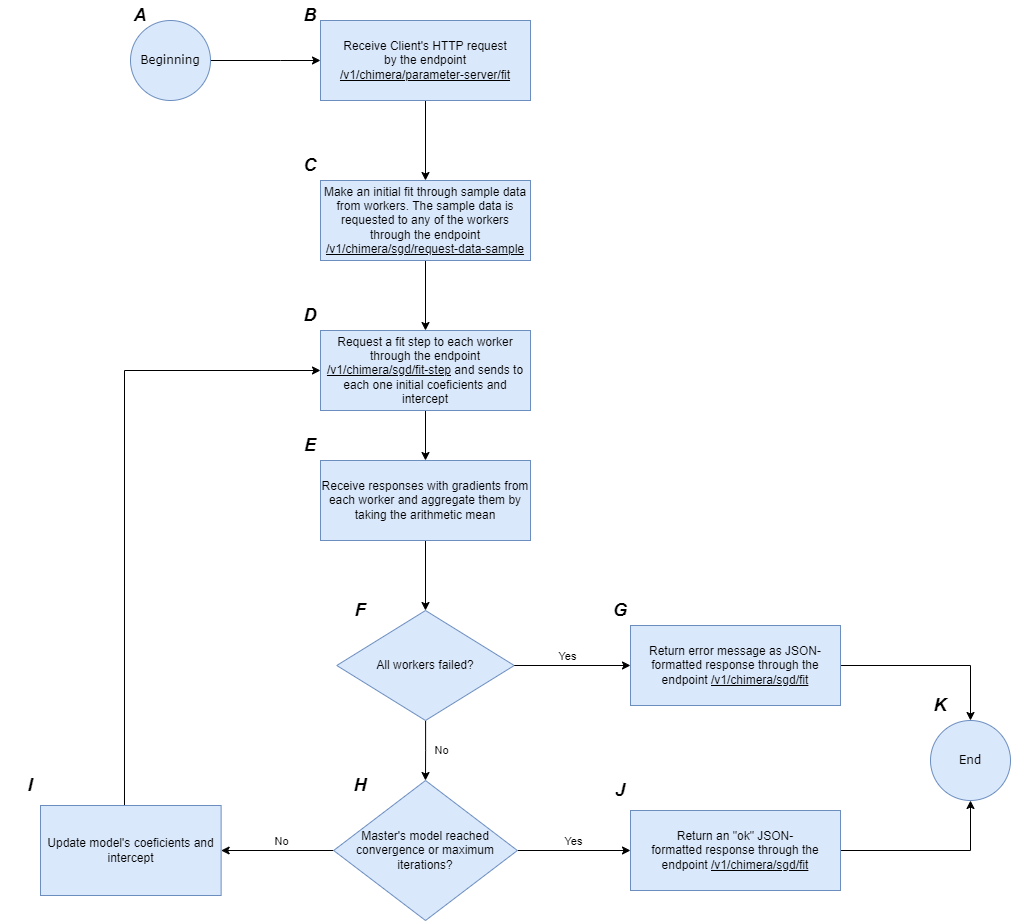
This is images/parameter_server_master_fit_state_machine_flowchart.drawio.png from Samirnunes/chimera, a draw.io export, as it was before one commit. Source tidied: cells renumbered, new cells last; positions are measured from the earlier drawing's top-left corner, leaving out a move shared by most shapes.
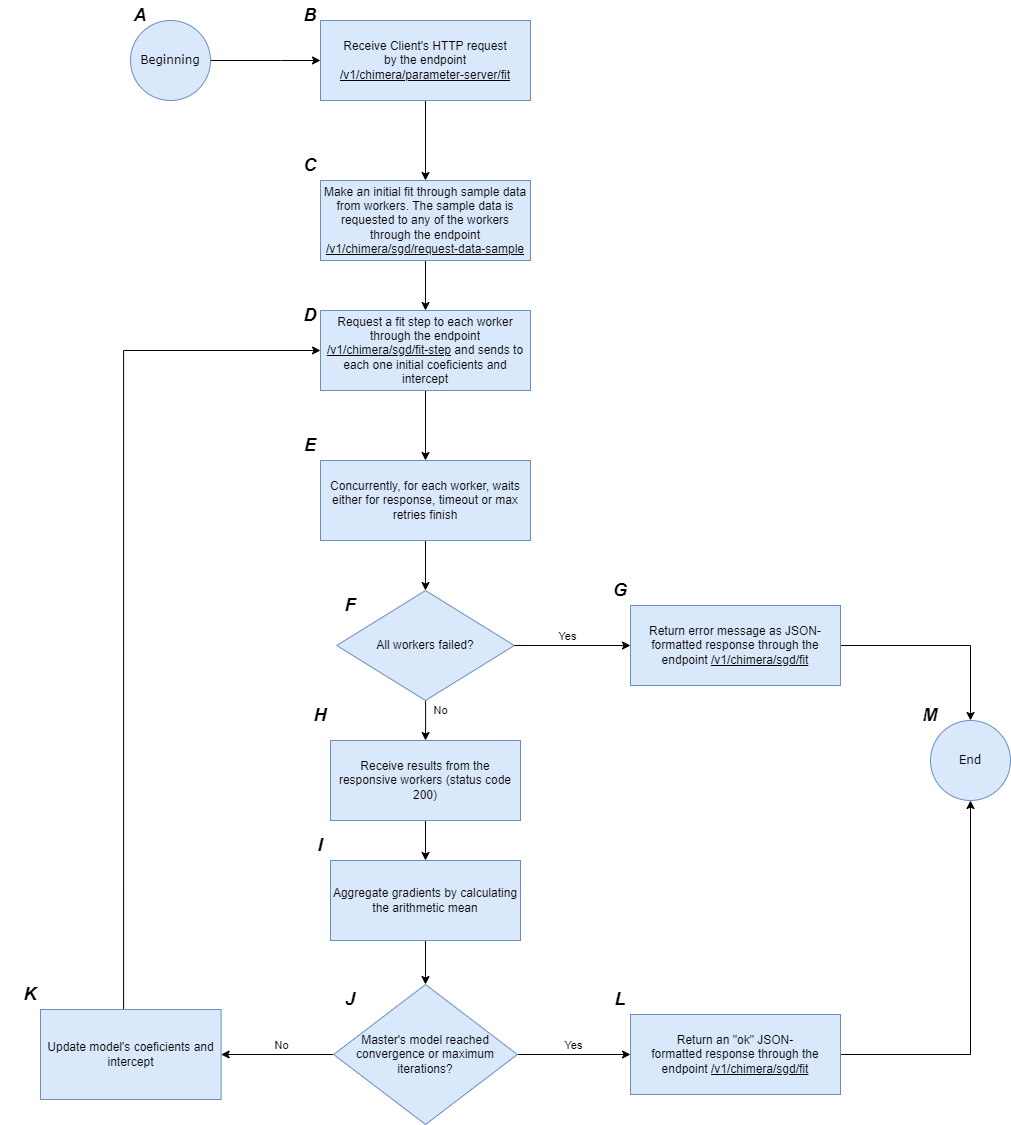
The same diagram one commit later.

What changed in the source:
```diff
@@ -29,12 +29,12 @@
       <mxGeometry relative="1" as="geometry" />
     </mxCell>
     <mxCell id="9" value="Request a fit step to each worker through the endpoint &lt;u&gt;/v1/chimera/sgd/fit-step&lt;/u&gt;&amp;nbsp;and sends to each one initial coeficients and intercept" style="rounded=0;whiteSpace=wrap;html=1;fillColor=#dae8fc;strokeColor=#6c8ebf;" parent="1" vertex="1">
-      <mxGeometry x="320" y="330" width="210" height="80" as="geometry" />
+      <mxGeometry x="320" y="310" width="210" height="80" as="geometry" />
     </mxCell>
     <mxCell id="10" style="edgeStyle=orthogonalEdgeStyle;rounded=0;jettySize=auto;html=1;entryX=0.5;entryY=0;entryDx=0;entryDy=0;" parent="1" edge="1" source="11" target="25">
       <mxGeometry relative="1" as="geometry" />
     </mxCell>
-    <mxCell id="11" value="Receive responses with gradients from each worker and aggregate them by taking the arithmetic mean" style="rounded=0;whiteSpace=wrap;html=1;fillColor=#dae8fc;strokeColor=#6c8ebf;" parent="1" vertex="1">
+    <mxCell id="11" value="Concurrently, for each worker, waits either for response, timeout or max retries finish" style="rounded=0;whiteSpace=wrap;html=1;fillColor=#dae8fc;strokeColor=#6c8ebf;" parent="1" vertex="1">
       <mxGeometry x="320" y="460" width="210" height="80" as="geometry" />
     </mxCell>
     <mxCell id="12" style="edgeStyle=orthogonalEdgeStyle;rounded=0;jettySize=auto;html=1;" parent="1" edge="1" source="13" target="9">
@@ -60,40 +60,40 @@
       </mxGeometry>
     </mxCell>
     <mxCell id="18" value="Master's model reached convergence or maximum iterations?" style="rhombus;whiteSpace=wrap;html=1;fillColor=#dae8fc;strokeColor=#6c8ebf;rounded=0;" parent="1" vertex="1">
-      <mxGeometry x="333.1" y="780" width="183.8" height="140" as="geometry" />
+      <mxGeometry x="333.1" y="984" width="183.8" height="140" as="geometry" />
     </mxCell>
-    <mxCell id="19" style="edgeStyle=orthogonalEdgeStyle;rounded=0;jettySize=auto;html=1;entryX=0;entryY=0.5;entryDx=0;entryDy=0;exitX=0.465;exitY=0.011;exitDx=0;exitDy=0;exitPerimeter=0;" parent="1" edge="1" source="20" target="9">
+    <mxCell id="19" style="edgeStyle=orthogonalEdgeStyle;rounded=0;jettySize=auto;html=1;exitX=0.46;exitY=0.033;exitDx=0;exitDy=0;exitPerimeter=0;entryX=0;entryY=0.5;entryDx=0;entryDy=0;" parent="1" edge="1" source="20" target="9">
       <mxGeometry relative="1" as="geometry">
         <Array as="points">
-          <mxPoint x="124" y="370" />
+          <mxPoint x="123" y="350" />
         </Array>
       </mxGeometry>
     </mxCell>
     <mxCell id="20" value="Update model's coeficients and intercept" style="whiteSpace=wrap;html=1;fillColor=#dae8fc;strokeColor=#6c8ebf;rounded=0;" parent="1" vertex="1">
-      <mxGeometry x="40" y="805" width="180.6" height="90" as="geometry" />
+      <mxGeometry x="40" y="1009" width="180.6" height="90" as="geometry" />
     </mxCell>
     <mxCell id="21" style="edgeStyle=orthogonalEdgeStyle;rounded=0;jettySize=auto;html=1;entryX=0.5;entryY=1;entryDx=0;entryDy=0;" parent="1" edge="1" source="22" target="30">
       <mxGeometry relative="1" as="geometry" />
     </mxCell>
     <mxCell id="22" value="Return an &quot;ok&quot; JSON-formatted&amp;nbsp;response through the endpoint&amp;nbsp;&lt;u&gt;/v1/chimera/sgd/fit&lt;/u&gt;" style="rounded=0;whiteSpace=wrap;html=1;fillColor=#dae8fc;strokeColor=#6c8ebf;" parent="1" vertex="1">
-      <mxGeometry x="630" y="810" width="210" height="80" as="geometry" />
+      <mxGeometry x="630" y="1014" width="210" height="80" as="geometry" />
     </mxCell>
-    <mxCell id="23" style="edgeStyle=orthogonalEdgeStyle;rounded=0;jettySize=auto;html=1;" parent="1" edge="1" source="25" target="18">
+    <mxCell id="23" style="edgeStyle=orthogonalEdgeStyle;rounded=0;jettySize=auto;html=1;entryX=0.5;entryY=0;entryDx=0;entryDy=0;" parent="1" edge="1" source="25" target="41">
       <mxGeometry relative="1" as="geometry" />
     </mxCell>
     <mxCell id="24" value="No" style="edgeLabel;html=1;align=center;verticalAlign=middle;" parent="23" vertex="1">
       <mxGeometry y="3" relative="1" as="geometry">
-        <mxPoint x="12" as="offset" />
+        <mxPoint x="12" y="-10" as="offset" />
       </mxGeometry>
     </mxCell>
     <mxCell id="25" value="All workers failed?" style="rhombus;whiteSpace=wrap;html=1;fillColor=#dae8fc;strokeColor=#6c8ebf;" parent="1" vertex="1">
-      <mxGeometry x="336.2" y="610" width="177.5" height="110" as="geometry" />
+      <mxGeometry x="336.2" y="590" width="177.5" height="110" as="geometry" />
     </mxCell>
     <mxCell id="26" style="edgeStyle=orthogonalEdgeStyle;rounded=0;jettySize=auto;html=1;entryX=0.5;entryY=0;entryDx=0;entryDy=0;" parent="1" edge="1" source="27" target="30">
       <mxGeometry relative="1" as="geometry" />
     </mxCell>
     <mxCell id="27" value="Return error message as JSON-formatted response through the endpoint&amp;nbsp;&lt;u&gt;/v1/chimera/sgd/fit&lt;/u&gt;" style="rounded=0;whiteSpace=wrap;html=1;fillColor=#dae8fc;strokeColor=#6c8ebf;" parent="1" vertex="1">
-      <mxGeometry x="630" y="625" width="210" height="80" as="geometry" />
+      <mxGeometry x="630" y="605" width="210" height="80" as="geometry" />
     </mxCell>
     <mxCell id="28" style="endArrow=classic;html=1;rounded=0;exitX=1;exitY=0.5;exitDx=0;exitDy=0;entryX=0;entryY=0.5;entryDx=0;entryDy=0;" parent="1" edge="1" source="25" target="27">
       <mxGeometry relative="1" as="geometry" />
@@ -116,22 +116,40 @@
       <mxGeometry x="280" y="430" width="60" height="30" as="geometry" />
     </mxCell>
     <mxCell id="34" value="&lt;font face=&quot;Helvetica&quot; style=&quot;font-size: 18px;&quot;&gt;&lt;i style=&quot;&quot;&gt;&lt;b style=&quot;&quot;&gt;F&lt;/b&gt;&lt;/i&gt;&lt;/font&gt;" style="text;html=1;align=center;verticalAlign=middle;whiteSpace=wrap;rounded=0;" parent="1" vertex="1">
-      <mxGeometry x="330" y="595" width="60" height="30" as="geometry" />
+      <mxGeometry x="320" y="590" width="60" height="30" as="geometry" />
     </mxCell>
     <mxCell id="35" value="&lt;font face=&quot;Helvetica&quot; style=&quot;font-size: 18px;&quot;&gt;&lt;i style=&quot;&quot;&gt;&lt;b style=&quot;&quot;&gt;H&lt;/b&gt;&lt;/i&gt;&lt;/font&gt;" style="text;html=1;align=center;verticalAlign=middle;whiteSpace=wrap;rounded=0;" parent="1" vertex="1">
-      <mxGeometry x="330" y="770" width="60" height="30" as="geometry" />
+      <mxGeometry x="290" y="700" width="60" height="30" as="geometry" />
     </mxCell>
     <mxCell id="36" value="&lt;font face=&quot;Helvetica&quot; style=&quot;font-size: 18px;&quot;&gt;&lt;i style=&quot;&quot;&gt;&lt;b style=&quot;&quot;&gt;G&lt;/b&gt;&lt;/i&gt;&lt;/font&gt;" style="text;html=1;align=center;verticalAlign=middle;whiteSpace=wrap;rounded=0;" parent="1" vertex="1">
-      <mxGeometry x="590" y="595" width="60" height="30" as="geometry" />
+      <mxGeometry x="590" y="575" width="60" height="30" as="geometry" />
     </mxCell>
-    <mxCell id="37" value="&lt;font face=&quot;Helvetica&quot; style=&quot;font-size: 18px;&quot;&gt;&lt;i style=&quot;&quot;&gt;&lt;b style=&quot;&quot;&gt;K&lt;/b&gt;&lt;/i&gt;&lt;/font&gt;" style="text;html=1;align=center;verticalAlign=middle;whiteSpace=wrap;rounded=0;" parent="1" vertex="1">
-      <mxGeometry x="910" y="690" width="60" height="30" as="geometry" />
+    <mxCell id="37" value="&lt;font face=&quot;Helvetica&quot; style=&quot;font-size: 18px;&quot;&gt;&lt;i style=&quot;&quot;&gt;&lt;b style=&quot;&quot;&gt;L&lt;/b&gt;&lt;/i&gt;&lt;/font&gt;" style="text;html=1;align=center;verticalAlign=middle;whiteSpace=wrap;rounded=0;" parent="1" vertex="1">
+      <mxGeometry x="590" y="984" width="60" height="30" as="geometry" />
     </mxCell>
     <mxCell id="38" value="&lt;font face=&quot;Helvetica&quot; style=&quot;font-size: 18px;&quot;&gt;&lt;i style=&quot;&quot;&gt;&lt;b style=&quot;&quot;&gt;J&lt;/b&gt;&lt;/i&gt;&lt;/font&gt;" style="text;html=1;align=center;verticalAlign=middle;whiteSpace=wrap;rounded=0;" parent="1" vertex="1">
-      <mxGeometry x="590" y="775" width="60" height="30" as="geometry" />
+      <mxGeometry x="320" y="984" width="60" height="30" as="geometry" />
     </mxCell>
     <mxCell id="39" value="&lt;font face=&quot;Helvetica&quot; style=&quot;font-size: 18px;&quot;&gt;&lt;i style=&quot;&quot;&gt;&lt;b style=&quot;&quot;&gt;I&lt;/b&gt;&lt;/i&gt;&lt;/font&gt;" style="text;html=1;align=center;verticalAlign=middle;whiteSpace=wrap;rounded=0;" parent="1" vertex="1">
-      <mxGeometry y="770" width="60" height="30" as="geometry" />
+      <mxGeometry x="290" y="830" width="60" height="30" as="geometry" />
     </mxCell>
+    <mxCell id="40" style="edgeStyle=orthogonalEdgeStyle;rounded=0;jettySize=auto;html=1;" parent="1" edge="1" source="41" target="43">
+      <mxGeometry relative="1" as="geometry" />
+    </mxCell>
+    <mxCell id="41" value="Receive results from the responsive workers (status code 200)" style="rounded=0;whiteSpace=wrap;html=1;fillColor=#dae8fc;strokeColor=#6c8ebf;" parent="1" vertex="1">
+      <mxGeometry x="330" y="740" width="190" height="80" as="geometry" />
+    </mxCell>
+    <mxCell id="42" style="edgeStyle=orthogonalEdgeStyle;rounded=0;jettySize=auto;html=1;" parent="1" edge="1" source="43" target="18">
+      <mxGeometry relative="1" as="geometry" />
+    </mxCell>
+    <mxCell id="43" value="Aggregate gradients by calculating the arithmetic mean" style="rounded=0;whiteSpace=wrap;html=1;fillColor=#dae8fc;strokeColor=#6c8ebf;" parent="1" vertex="1">
+      <mxGeometry x="330" y="860" width="190" height="80" as="geometry" />
+    </mxCell>
+    <mxCell id="44" value="&lt;font face=&quot;Helvetica&quot; style=&quot;font-size: 18px;&quot;&gt;&lt;i style=&quot;&quot;&gt;&lt;b style=&quot;&quot;&gt;K&lt;/b&gt;&lt;/i&gt;&lt;/font&gt;" style="text;html=1;align=center;verticalAlign=middle;whiteSpace=wrap;rounded=0;" parent="1" vertex="1">
+      <mxGeometry y="979" width="60" height="30" as="geometry" />
+    </mxCell>
+    <mxCell id="45" value="&lt;font face=&quot;Helvetica&quot; style=&quot;font-size: 18px;&quot;&gt;&lt;i style=&quot;&quot;&gt;&lt;b style=&quot;&quot;&gt;M&lt;/b&gt;&lt;/i&gt;&lt;/font&gt;" style="text;html=1;align=center;verticalAlign=middle;whiteSpace=wrap;rounded=0;" parent="1" vertex="1">
+      <mxGeometry x="900" y="700" width="60" height="30" as="geometry" />
+    </mxCell>
   </root>
 </mxGraphModel>
```
